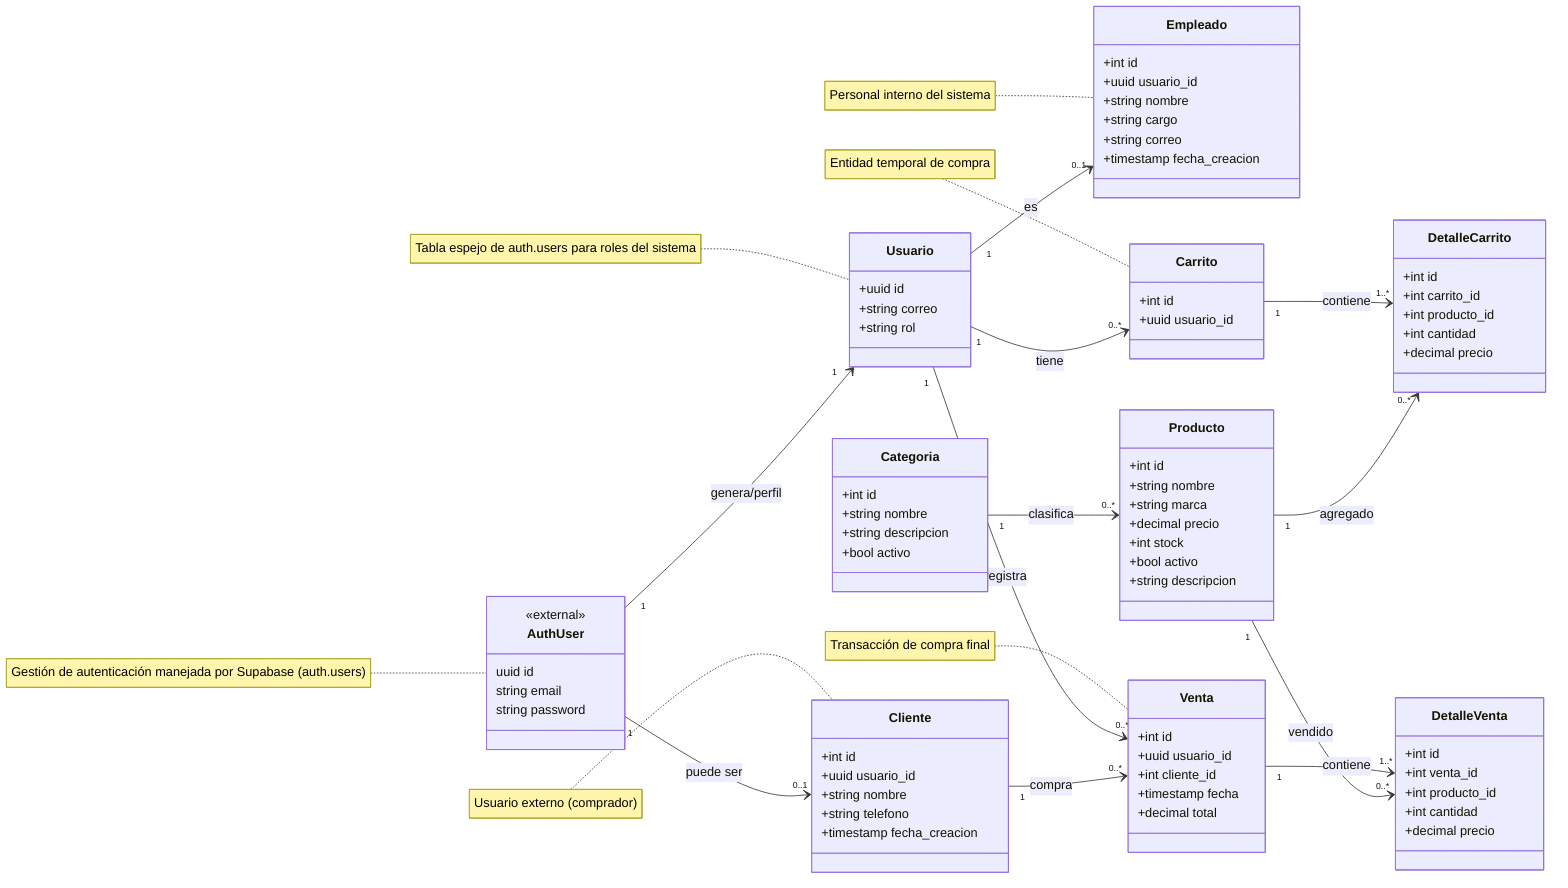
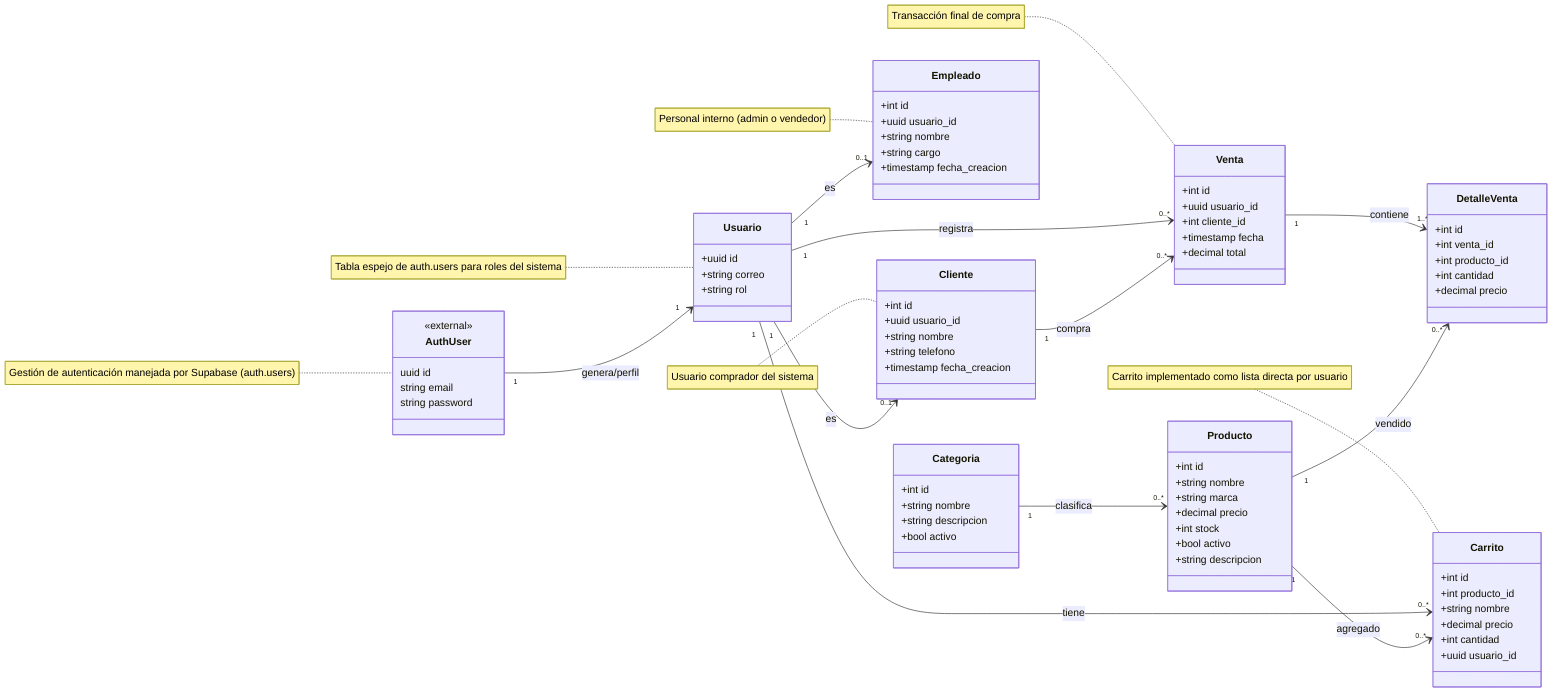
classDiagram
direction LR

%% Auth supabase
class AuthUser {
  <<external>>
  uuid id
  string email
  string password
}

note for AuthUser "Gestión de autenticación manejada por Supabase (auth.users)"

%% USUARIOS
class Usuario {
  +uuid id
  +string correo
  +string rol
}

AuthUser "1" --> "1" Usuario : genera/perfil

note for Usuario "Tabla espejo de auth.users para roles del sistema"

%% CLIENTES
class Cliente {
  +int id
  +uuid usuario_id
  +string nombre
  +string telefono
  +timestamp fecha_creacion
}

- AuthUser "1" --> "0..1" Cliente : puede ser
+ Usuario "1" --> "0..1" Cliente : es

- note for Cliente "Usuario externo (comprador)"
+ note for Cliente "Usuario comprador del sistema"

%% EMPLEADOS
class Empleado {
  +int id
  +uuid usuario_id
  +string nombre
  +string cargo
-   +string correo
  +timestamp fecha_creacion
}

Usuario "1" --> "0..1" Empleado : es

- note for Empleado "Personal interno del sistema"
+ note for Empleado "Personal interno (admin o vendedor)"

%% CATEGORIAS Y PRODUCTOS
class Categoria {
  +int id
  +string nombre
  +string descripcion
  +bool activo
}

class Producto {
  +int id
  +string nombre
  +string marca
  +decimal precio
  +int stock
  +bool activo
  +string descripcion
}

Categoria "1" --> "0..*" Producto : clasifica

- %% CARRO Y DETALLE DE CARRO
+ %% CARRITO (modelo real usado en el código)
class Carrito {
  +int id
+   +int producto_id
+   +string nombre
+   +decimal precio
+   +int cantidad
  +uuid usuario_id
}

- class DetalleCarrito {
-   +int id
-   +int carrito_id
-   +int producto_id
-   +int cantidad
-   +decimal precio
- }
+ Usuario "1" --> "0..*" Carrito : tiene
+ Producto "1" --> "0..*" Carrito : agregado

- Usuario "1" --> "0..*" Carrito : tiene
- Carrito "1" --> "1..*" DetalleCarrito : contiene
- Producto "1" --> "0..*" DetalleCarrito : agregado
- 
- note for Carrito "Entidad temporal de compra"
+ note for Carrito "Carrito implementado como lista directa por usuario"

%% VENTAS Y DETALLE DE VENTA
class Venta {
  +int id
  +uuid usuario_id
  +int cliente_id
  +timestamp fecha
  +decimal total
}

class DetalleVenta {
  +int id
  +int venta_id
  +int producto_id
  +int cantidad
  +decimal precio
}

Usuario "1" --> "0..*" Venta : registra
Cliente "1" --> "0..*" Venta : compra
Venta "1" --> "1..*" DetalleVenta : contiene
Producto "1" --> "0..*" DetalleVenta : vendido

- note for Venta "Transacción de compra final"+ note for Venta "Transacción final de compra"